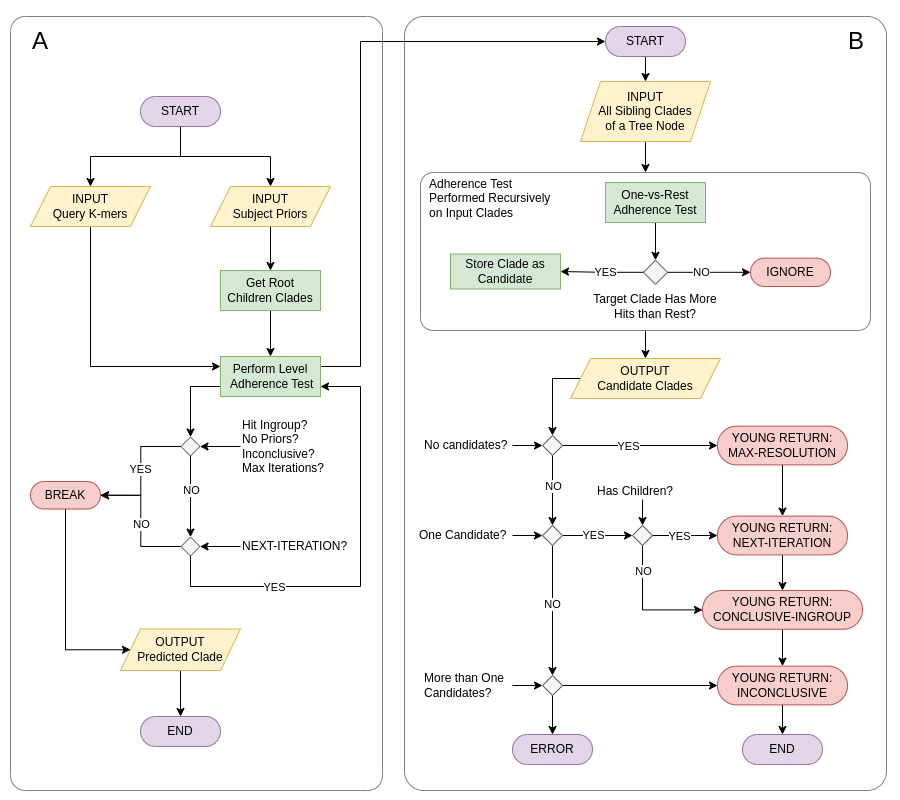
LepistaBioinformatics/classeq keeps this draw.io diagram as docs/drawio/classeq-prediction-algorithm.png. Above is the earlier version. Source tidied: cells renumbered, new cells last; positions are measured from the earlier drawing's top-left corner, leaving out a move shared by most shapes.
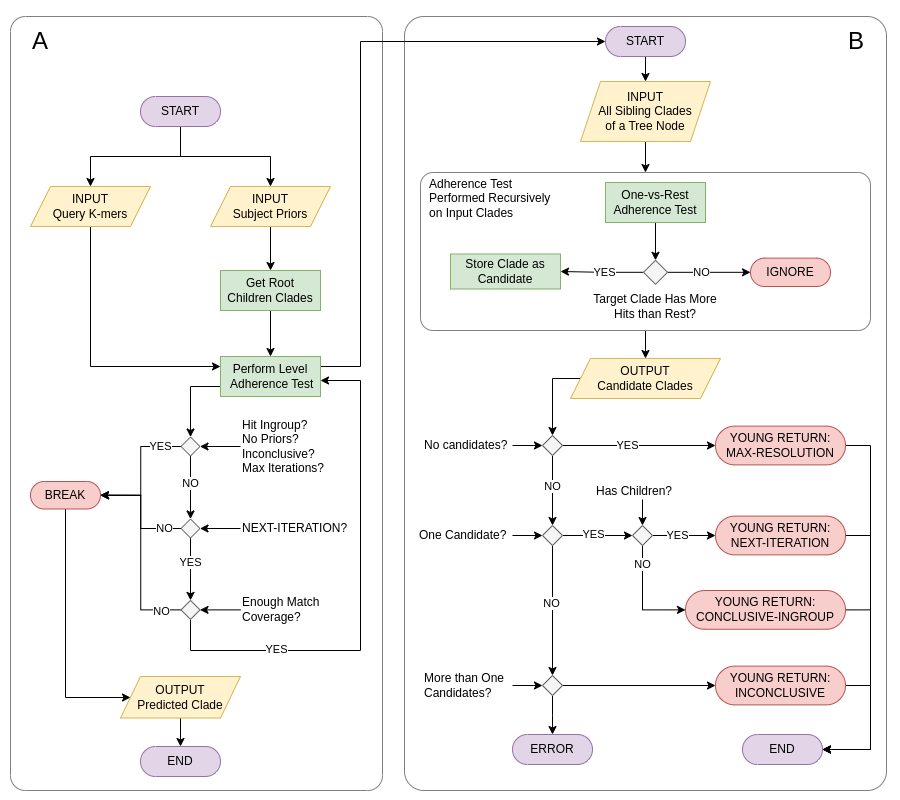
Later version of the same file.

Commit message:
docs: upgrade data schemas and figure

Change to the diagram source:
```diff
@@ -30,13 +30,13 @@
       <mxGeometry x="200" y="170" width="120" height="40" as="geometry" />
     </mxCell>
     <mxCell id="11" value="END" style="html=1;dashed=0;whiteSpace=wrap;shape=mxgraph.dfd.start;fillColor=#e1d5e7;strokeColor=#9673a6;" parent="1" vertex="1">
-      <mxGeometry x="130" y="700" width="80" height="30" as="geometry" />
+      <mxGeometry x="130" y="730" width="80" height="30" as="geometry" />
     </mxCell>
     <mxCell id="12" style="edgeStyle=orthogonalEdgeStyle;rounded=0;jettySize=auto;html=1;entryX=0.5;entryY=0.5;entryDx=0;entryDy=-15;entryPerimeter=0;" parent="1" edge="1" source="13" target="11">
       <mxGeometry relative="1" as="geometry" />
     </mxCell>
     <mxCell id="13" value="OUTPUT&lt;br&gt;Predicted Clade" style="shape=parallelogram;perimeter=parallelogramPerimeter;whiteSpace=wrap;html=1;fixedSize=1;fillColor=#fff2cc;strokeColor=#d6b656;" parent="1" vertex="1">
-      <mxGeometry x="110" y="612.5" width="120" height="41.5" as="geometry" />
+      <mxGeometry x="110" y="660" width="120" height="41.5" as="geometry" />
     </mxCell>
     <mxCell id="14" style="edgeStyle=orthogonalEdgeStyle;rounded=0;jettySize=auto;html=1;entryX=0.5;entryY=0;entryDx=0;entryDy=0;flowAnimation=0;exitX=0.5;exitY=1;exitDx=0;exitDy=0;" parent="1" edge="1" source="88" target="37">
       <mxGeometry relative="1" as="geometry" />
@@ -69,7 +69,7 @@
     </mxCell>
     <mxCell id="23" value="YES" style="edgeLabel;html=1;align=center;verticalAlign=middle;" parent="22" vertex="1">
       <mxGeometry x="-0.23" relative="1" as="geometry">
-        <mxPoint x="-1" y="13" as="offset" />
+        <mxPoint x="20" y="-9" as="offset" />
       </mxGeometry>
     </mxCell>
     <mxCell id="24" style="rhombus;whiteSpace=wrap;html=1;fillColor=#f5f5f5;fontColor=#333333;strokeColor=#666666;" parent="1" vertex="1">
@@ -78,8 +78,8 @@
     <mxCell id="25" style="edgeStyle=orthogonalEdgeStyle;rounded=0;jettySize=auto;html=1;entryX=0;entryY=0.5;entryDx=0;entryDy=0;exitX=0.5;exitY=0.5;exitDx=0;exitDy=13.75;exitPerimeter=0;" parent="1" edge="1" source="26" target="13">
       <mxGeometry relative="1" as="geometry">
         <Array as="points">
-          <mxPoint x="55" y="633" />
-          <mxPoint x="120" y="633" />
+          <mxPoint x="55" y="681" />
+          <mxPoint x="120" y="681" />
         </Array>
       </mxGeometry>
     </mxCell>
@@ -96,30 +96,24 @@
       <mxGeometry relative="1" as="geometry" />
     </mxCell>
     <mxCell id="30" value="NEXT-ITERATION?" style="text;html=1;strokeColor=none;fillColor=none;align=left;verticalAlign=middle;whiteSpace=wrap;rounded=0;" parent="1" vertex="1">
-      <mxGeometry x="230" y="515" width="110" height="30" as="geometry" />
+      <mxGeometry x="230" y="497" width="110" height="30" as="geometry" />
     </mxCell>
     <mxCell id="31" style="edgeStyle=orthogonalEdgeStyle;rounded=0;jettySize=auto;html=1;entryX=1;entryY=0.5;entryDx=0;entryDy=0;entryPerimeter=0;flowAnimation=0;" parent="1" edge="1" source="35" target="26">
       <mxGeometry relative="1" as="geometry" />
     </mxCell>
     <mxCell id="32" value="NO" style="edgeLabel;html=1;align=center;verticalAlign=middle;" parent="31" vertex="1">
       <mxGeometry x="-0.33" y="1" relative="1" as="geometry">
-        <mxPoint x="1" y="-19" as="offset" />
+        <mxPoint x="21" y="-1" as="offset" />
       </mxGeometry>
     </mxCell>
-    <mxCell id="33" style="edgeStyle=orthogonalEdgeStyle;rounded=0;jettySize=auto;html=1;entryX=1;entryY=0.75;entryDx=0;entryDy=0;exitX=0.5;exitY=1;exitDx=0;exitDy=0;" parent="1" edge="1" source="35" target="37">
-      <mxGeometry relative="1" as="geometry">
-        <Array as="points">
-          <mxPoint x="180" y="570" />
-          <mxPoint x="350" y="570" />
-          <mxPoint x="350" y="370" />
-        </Array>
-      </mxGeometry>
-    </mxCell>
-    <mxCell id="34" value="YES" style="edgeLabel;html=1;align=center;verticalAlign=middle;" parent="33" vertex="1">
-      <mxGeometry x="-0.48" relative="1" as="geometry" />
-    </mxCell>
+    <mxCell id="92" style="edgeStyle=orthogonalEdgeStyle;rounded=0;jettySize=auto;html=1;" parent="1" edge="1" source="35" target="101">
+      <mxGeometry relative="1" as="geometry" />
+    </mxCell>
+    <mxCell id="93" value="YES" style="edgeLabel;html=1;align=center;verticalAlign=middle;" parent="92" vertex="1">
+      <mxGeometry x="-0.22" relative="1" as="geometry" />
+    </mxCell>
     <mxCell id="35" style="rhombus;whiteSpace=wrap;html=1;fillColor=#f5f5f5;fontColor=#333333;strokeColor=#666666;" parent="1" vertex="1">
-      <mxGeometry x="170.5" y="520.5" width="19" height="19" as="geometry" />
+      <mxGeometry x="170.5" y="502.5" width="19" height="19" as="geometry" />
     </mxCell>
     <mxCell id="36" style="edgeStyle=orthogonalEdgeStyle;rounded=0;jettySize=auto;html=1;entryX=0;entryY=0.5;entryDx=0;entryDy=0;entryPerimeter=0;exitX=1;exitY=0.25;exitDx=0;exitDy=0;" parent="1" edge="1" source="37" target="19">
       <mxGeometry relative="1" as="geometry">
@@ -193,11 +187,16 @@
     <mxCell id="56" value="No candidates?" style="text;html=1;strokeColor=none;fillColor=none;align=left;verticalAlign=middle;whiteSpace=wrap;rounded=0;" parent="1" vertex="1">
       <mxGeometry x="412" y="416.5" width="90" height="25" as="geometry" />
     </mxCell>
-    <mxCell id="57" style="edgeStyle=orthogonalEdgeStyle;rounded=0;jettySize=auto;html=1;entryX=0.5;entryY=0.5;entryDx=0;entryDy=-19.375;entryPerimeter=0;" parent="1" edge="1" source="58" target="81">
-      <mxGeometry relative="1" as="geometry" />
-    </mxCell>
+    <mxCell id="94" style="edgeStyle=orthogonalEdgeStyle;rounded=0;jettySize=auto;html=1;entryX=1;entryY=0.5;entryDx=0;entryDy=0;entryPerimeter=0;exitX=1;exitY=0.5;exitDx=0;exitDy=0;exitPerimeter=0;" parent="1" edge="1" source="58" target="84">
+      <mxGeometry relative="1" as="geometry">
+        <Array as="points">
+          <mxPoint x="860" y="429" />
+          <mxPoint x="860" y="733" />
+        </Array>
+      </mxGeometry>
+    </mxCell>
     <mxCell id="58" value="YOUNG RETURN:&lt;br&gt;MAX-RESOLUTION" style="html=1;dashed=0;whiteSpace=wrap;shape=mxgraph.dfd.start;fillColor=#f8cecc;strokeColor=#b85450;" parent="1" vertex="1">
-      <mxGeometry x="707" y="409.6" width="130" height="38.8" as="geometry" />
+      <mxGeometry x="705" y="409.6" width="130" height="38.8" as="geometry" />
     </mxCell>
     <mxCell id="59" style="edgeStyle=orthogonalEdgeStyle;rounded=0;jettySize=auto;html=1;entryX=0;entryY=0.5;entryDx=0;entryDy=0;" parent="1" edge="1" source="63" target="70">
       <mxGeometry relative="1" as="geometry" />
@@ -252,11 +251,16 @@
     <mxCell id="75" value="More than One Candidates?" style="text;html=1;strokeColor=none;fillColor=none;align=left;verticalAlign=middle;whiteSpace=wrap;rounded=0;" parent="1" vertex="1">
       <mxGeometry x="412" y="656.5" width="90" height="25" as="geometry" />
     </mxCell>
-    <mxCell id="76" style="edgeStyle=orthogonalEdgeStyle;rounded=0;jettySize=auto;html=1;entryX=0.5;entryY=0.5;entryDx=0;entryDy=-15;entryPerimeter=0;" parent="1" edge="1" source="77" target="84">
-      <mxGeometry relative="1" as="geometry" />
+    <mxCell id="76" style="edgeStyle=orthogonalEdgeStyle;rounded=0;jettySize=auto;html=1;entryX=1;entryY=0.5;entryDx=0;entryDy=0;entryPerimeter=0;exitX=1;exitY=0.5;exitDx=0;exitDy=0;exitPerimeter=0;" parent="1" edge="1" source="77" target="84">
+      <mxGeometry relative="1" as="geometry">
+        <Array as="points">
+          <mxPoint x="860" y="669" />
+          <mxPoint x="860" y="733" />
+        </Array>
+      </mxGeometry>
     </mxCell>
     <mxCell id="77" value="YOUNG RETURN:&lt;br&gt;INCONCLUSIVE" style="html=1;dashed=0;whiteSpace=wrap;shape=mxgraph.dfd.start;fillColor=#f8cecc;strokeColor=#b85450;" parent="1" vertex="1">
-      <mxGeometry x="707" y="649.6" width="130" height="38.8" as="geometry" />
+      <mxGeometry x="705" y="649.6" width="130" height="38.8" as="geometry" />
     </mxCell>
     <mxCell id="78" style="edgeStyle=orthogonalEdgeStyle;rounded=0;jettySize=auto;html=1;entryX=0.5;entryY=0;entryDx=0;entryDy=0;" parent="1" edge="1" source="79" target="70">
       <mxGeometry relative="1" as="geometry" />
@@ -264,17 +268,27 @@
     <mxCell id="79" value="Has Children?" style="text;html=1;strokeColor=none;fillColor=none;align=left;verticalAlign=middle;whiteSpace=wrap;rounded=0;" parent="1" vertex="1">
       <mxGeometry x="584.5" y="467" width="95" height="16" as="geometry" />
     </mxCell>
-    <mxCell id="80" style="edgeStyle=orthogonalEdgeStyle;rounded=0;jettySize=auto;html=1;entryX=0.5;entryY=0.5;entryDx=0;entryDy=-19.375;entryPerimeter=0;" parent="1" edge="1" source="81" target="83">
-      <mxGeometry relative="1" as="geometry" />
-    </mxCell>
+    <mxCell id="95" style="edgeStyle=orthogonalEdgeStyle;rounded=0;jettySize=auto;html=1;entryX=1;entryY=0.5;entryDx=0;entryDy=0;entryPerimeter=0;exitX=1;exitY=0.5;exitDx=0;exitDy=0;exitPerimeter=0;" parent="1" edge="1" source="81" target="84">
+      <mxGeometry relative="1" as="geometry">
+        <Array as="points">
+          <mxPoint x="860" y="519" />
+          <mxPoint x="860" y="733" />
+        </Array>
+      </mxGeometry>
+    </mxCell>
     <mxCell id="81" value="YOUNG RETURN:&lt;br&gt;NEXT-ITERATION" style="html=1;dashed=0;whiteSpace=wrap;shape=mxgraph.dfd.start;fillColor=#f8cecc;strokeColor=#b85450;" parent="1" vertex="1">
-      <mxGeometry x="707" y="499.6" width="130" height="38.8" as="geometry" />
+      <mxGeometry x="705" y="499.6" width="130" height="38.8" as="geometry" />
     </mxCell>
-    <mxCell id="82" style="edgeStyle=orthogonalEdgeStyle;rounded=0;jettySize=auto;html=1;entryX=0.5;entryY=0.5;entryDx=0;entryDy=-19.375;entryPerimeter=0;" parent="1" edge="1" source="83" target="77">
-      <mxGeometry relative="1" as="geometry" />
-    </mxCell>
+    <mxCell id="96" style="edgeStyle=orthogonalEdgeStyle;rounded=0;jettySize=auto;html=1;entryX=1;entryY=0.5;entryDx=0;entryDy=0;entryPerimeter=0;exitX=1;exitY=0.5;exitDx=0;exitDy=0;exitPerimeter=0;" parent="1" edge="1" source="83" target="84">
+      <mxGeometry relative="1" as="geometry">
+        <Array as="points">
+          <mxPoint x="860" y="593" />
+          <mxPoint x="860" y="733" />
+        </Array>
+      </mxGeometry>
+    </mxCell>
     <mxCell id="83" value="YOUNG RETURN:&lt;br&gt;CONCLUSIVE-INGROUP" style="html=1;dashed=0;whiteSpace=wrap;shape=mxgraph.dfd.start;fillColor=#f8cecc;strokeColor=#b85450;" parent="1" vertex="1">
-      <mxGeometry x="692" y="574" width="160" height="38.8" as="geometry" />
+      <mxGeometry x="675" y="574" width="160" height="38.8" as="geometry" />
     </mxCell>
     <mxCell id="84" value="END" style="html=1;dashed=0;whiteSpace=wrap;shape=mxgraph.dfd.start;fillColor=#e1d5e7;strokeColor=#9673a6;" parent="1" vertex="1">
       <mxGeometry x="732" y="718" width="80" height="30" as="geometry" />
@@ -304,5 +318,33 @@
     <mxCell id="91" value="OUTPUT&lt;br&gt;Candidate Clades" style="shape=parallelogram;perimeter=parallelogramPerimeter;whiteSpace=wrap;html=1;fixedSize=1;fillColor=#fff2cc;strokeColor=#d6b656;" parent="1" vertex="1">
       <mxGeometry x="560" y="342" width="150" height="40" as="geometry" />
     </mxCell>
+    <mxCell id="97" style="edgeStyle=orthogonalEdgeStyle;rounded=0;jettySize=auto;html=1;entryX=1;entryY=0.5;entryDx=0;entryDy=0;entryPerimeter=0;" parent="1" edge="1" source="101" target="26">
+      <mxGeometry relative="1" as="geometry" />
+    </mxCell>
+    <mxCell id="98" value="NO" style="edgeLabel;html=1;align=center;verticalAlign=middle;" parent="97" vertex="1">
+      <mxGeometry x="-0.79" y="1" relative="1" as="geometry" />
+    </mxCell>
+    <mxCell id="99" style="edgeStyle=orthogonalEdgeStyle;rounded=0;jettySize=auto;html=1;exitX=0.5;exitY=1;exitDx=0;exitDy=0;" parent="1" edge="1" source="101">
+      <mxGeometry relative="1" as="geometry">
+        <mxPoint x="310" y="364" as="targetPoint" />
+        <Array as="points">
+          <mxPoint x="180" y="634" />
+          <mxPoint x="350" y="634" />
+          <mxPoint x="350" y="364" />
+        </Array>
+      </mxGeometry>
+    </mxCell>
+    <mxCell id="100" value="YES" style="edgeLabel;html=1;align=center;verticalAlign=middle;" parent="99" vertex="1">
+      <mxGeometry x="-0.54" y="1" relative="1" as="geometry" />
+    </mxCell>
+    <mxCell id="101" style="rhombus;whiteSpace=wrap;html=1;fillColor=#f5f5f5;fontColor=#333333;strokeColor=#666666;" parent="1" vertex="1">
+      <mxGeometry x="170.5" y="583.9" width="19" height="19" as="geometry" />
+    </mxCell>
+    <mxCell id="102" style="edgeStyle=orthogonalEdgeStyle;rounded=0;jettySize=auto;html=1;entryX=1;entryY=0.5;entryDx=0;entryDy=0;" parent="1" edge="1" source="103" target="101">
+      <mxGeometry relative="1" as="geometry" />
+    </mxCell>
+    <mxCell id="103" value="Enough Match Coverage?" style="text;html=1;strokeColor=none;fillColor=none;align=left;verticalAlign=middle;whiteSpace=wrap;rounded=0;" parent="1" vertex="1">
+      <mxGeometry x="230" y="578.4" width="110" height="30" as="geometry" />
+    </mxCell>
   </root>
 </mxGraphModel>
```
